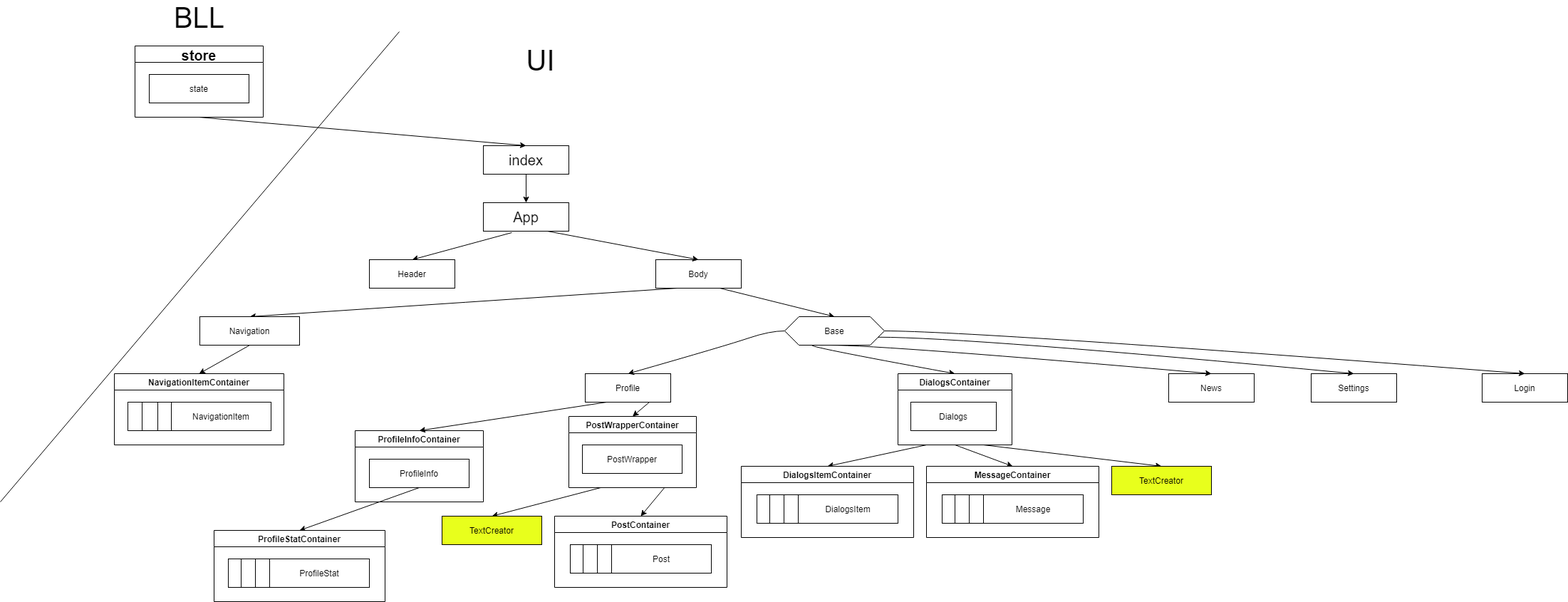
This is Structure Diadram.png from SailorStat/IT-Social, a draw.io export, as it was before one commit. Source tidied: cells renumbered, new cells last; positions are measured from the earlier drawing's top-left corner, leaving out a move shared by most shapes.
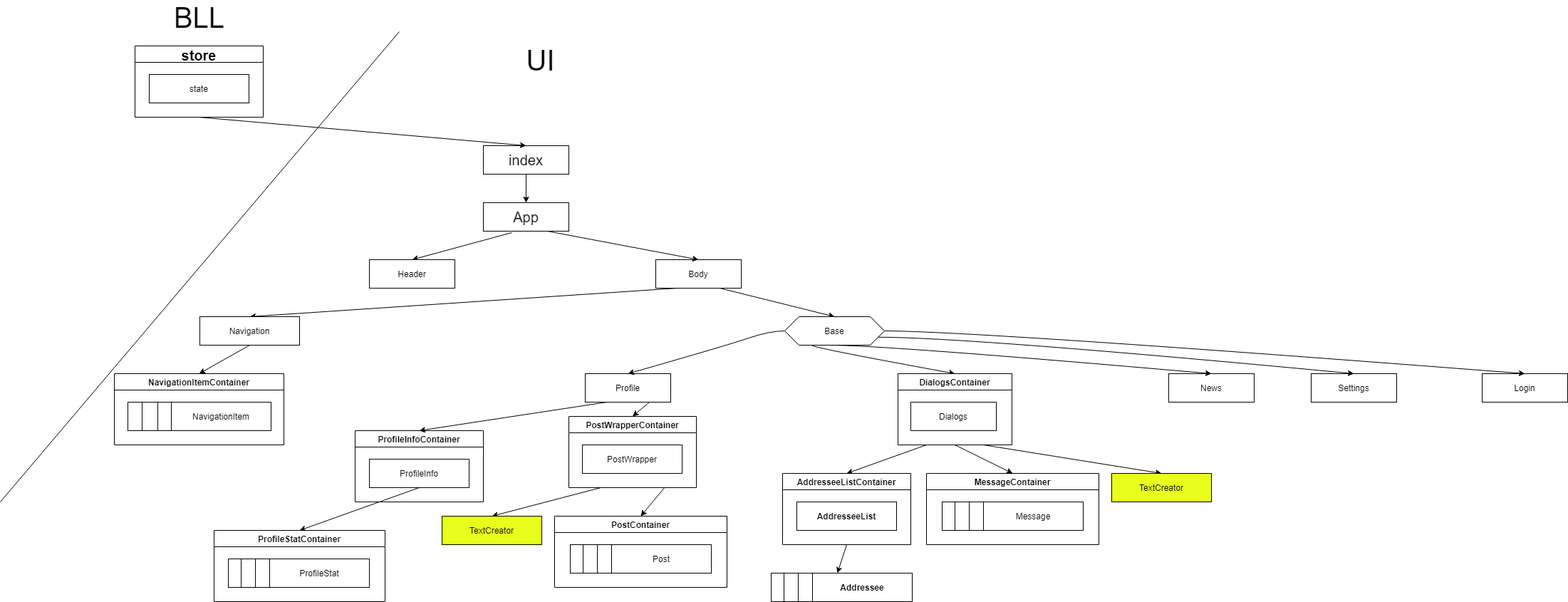
After the change.

Change to the diagram source:
```diff
@@ -160,23 +160,14 @@
     <mxCell id="46" value="Post" style="rounded=0;whiteSpace=wrap;html=1;" parent="42" vertex="1">
       <mxGeometry x="80" y="40" width="140" height="40" as="geometry" />
     </mxCell>
-    <mxCell id="47" value="DialogsItemContainer" style="swimlane;" parent="1" vertex="1">
-      <mxGeometry x="1040" y="650" width="242" height="100" as="geometry" />
+    <mxCell id="47" value="AddresseeListContainer" style="swimlane;" parent="1" vertex="1">
+      <mxGeometry x="1098" y="660" width="180" height="100" as="geometry" />
     </mxCell>
-    <mxCell id="48" style="rounded=0;whiteSpace=wrap;html=1;" parent="47" vertex="1">
-      <mxGeometry x="22" y="40" width="140" height="40" as="geometry" />
-    </mxCell>
-    <mxCell id="49" style="rounded=0;whiteSpace=wrap;html=1;" parent="47" vertex="1">
-      <mxGeometry x="40" y="40" width="140" height="40" as="geometry" />
-    </mxCell>
-    <mxCell id="50" style="rounded=0;whiteSpace=wrap;html=1;" parent="47" vertex="1">
-      <mxGeometry x="60" y="40" width="140" height="40" as="geometry" />
-    </mxCell>
-    <mxCell id="51" value="DialogsItem" style="rounded=0;whiteSpace=wrap;html=1;" parent="47" vertex="1">
-      <mxGeometry x="80" y="40" width="140" height="40" as="geometry" />
-    </mxCell>
+    <mxCell id="70" value="&lt;span style=&quot;font-weight: 700&quot;&gt;AddresseeList&lt;/span&gt;" style="rounded=0;whiteSpace=wrap;html=1;" parent="47" vertex="1">
+      <mxGeometry x="20" y="40" width="140" height="40" as="geometry" />
+    </mxCell>
     <mxCell id="52" value="MessageContainer" style="swimlane;" parent="1" vertex="1">
-      <mxGeometry x="1300" y="650" width="242" height="100" as="geometry" />
+      <mxGeometry x="1300" y="660" width="242" height="100" as="geometry" />
     </mxCell>
     <mxCell id="53" style="rounded=0;whiteSpace=wrap;html=1;" parent="52" vertex="1">
       <mxGeometry x="22" y="40" width="140" height="40" as="geometry" />
@@ -191,7 +182,7 @@
       <mxGeometry x="80" y="40" width="140" height="40" as="geometry" />
     </mxCell>
     <mxCell id="57" value="TextCreator" style="rounded=0;whiteSpace=wrap;html=1;fillColor=#E8FF1C;" parent="1" vertex="1">
-      <mxGeometry x="1560" y="650" width="140" height="40" as="geometry" />
+      <mxGeometry x="1560" y="660" width="140" height="40" as="geometry" />
     </mxCell>
     <mxCell id="58" value="DialogsContainer" style="swimlane;" parent="1" vertex="1">
       <mxGeometry x="1260" y="520" width="160" height="100" as="geometry" />
@@ -232,5 +223,23 @@
     <mxCell id="69" style="endArrow=classic;html=1;fontSize=20;exitX=0.5;exitY=1;exitDx=0;exitDy=0;entryX=0.5;entryY=0;entryDx=0;entryDy=0;" parent="1" edge="1" source="67" target="65">
       <mxGeometry relative="1" as="geometry" />
     </mxCell>
+    <mxCell id="71" style="endArrow=classic;html=1;exitX=0.5;exitY=1;exitDx=0;exitDy=0;entryX=0.25;entryY=0;entryDx=0;entryDy=0;" parent="1" edge="1" source="47" target="51">
+      <mxGeometry relative="1" as="geometry" />
+    </mxCell>
+    <mxCell id="72" style="group;" parent="1" vertex="1">
+      <mxGeometry x="1082" y="800" width="198" height="40" as="geometry" />
+    </mxCell>
+    <mxCell id="48" style="rounded=0;whiteSpace=wrap;html=1;" parent="72" vertex="1">
+      <mxGeometry width="140" height="40" as="geometry" />
+    </mxCell>
+    <mxCell id="49" style="rounded=0;whiteSpace=wrap;html=1;" parent="72" vertex="1">
+      <mxGeometry x="18" width="140" height="40" as="geometry" />
+    </mxCell>
+    <mxCell id="50" style="rounded=0;whiteSpace=wrap;html=1;" parent="72" vertex="1">
+      <mxGeometry x="38" width="140" height="40" as="geometry" />
+    </mxCell>
+    <mxCell id="51" value="&lt;span style=&quot;font-weight: 700&quot;&gt;Addressee&lt;/span&gt;" style="rounded=0;whiteSpace=wrap;html=1;" parent="72" vertex="1">
+      <mxGeometry x="58" width="140" height="40" as="geometry" />
+    </mxCell>
   </root>
 </mxGraphModel>
```
